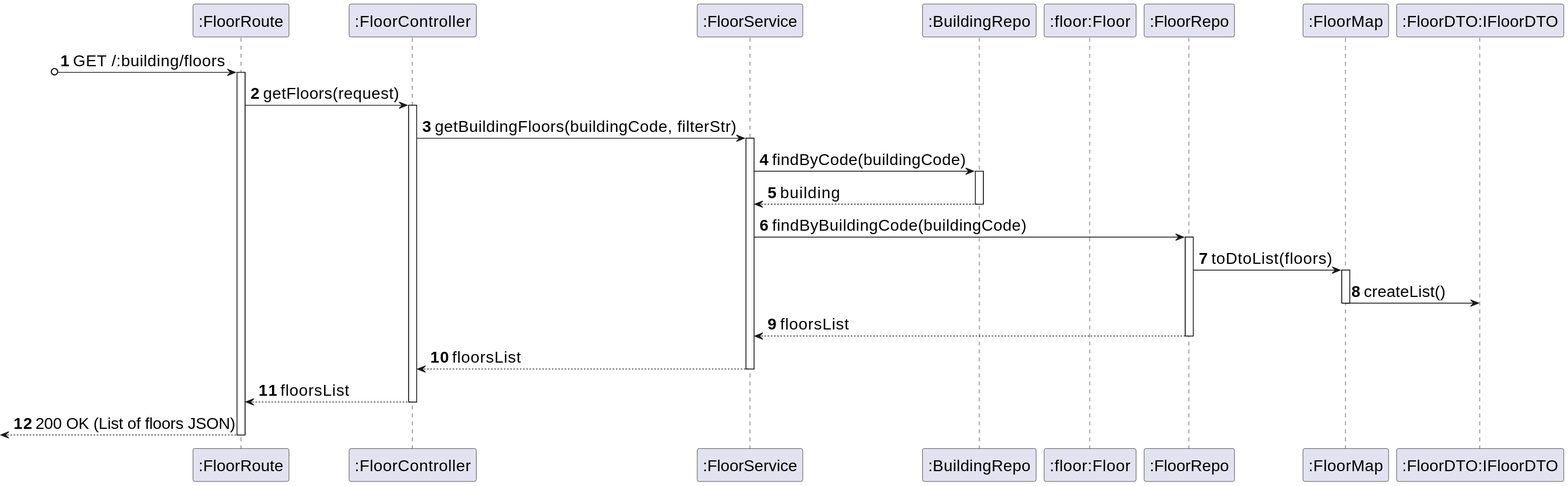
Earlier version of the PlantUML export _wiki/sprint-a/us16-300/views/level-3/assets/process-view.svg (miseEnPlace-dev/lapr5). Source of this version:
```plantuml
@startuml
skinparamlocked defaultFontSize 20
autonumber
participant ROUTE as ":FloorRoute"
participant CTRL as ":FloorController"
participant SRV as ":FloorService"
participant REPOBUILDING as ":BuildingRepo"
participant FLOOR as ":floor:Floor"
participant REPO as ":FloorRepo"
participant MAP as ":FloorMap"
participant DTO as ":FloorDTO:IFloorDTO"

?o-> ROUTE : GET /:building/floors
activate ROUTE

ROUTE -> CTRL : getFloors(request)
activate CTRL
CTRL -> SRV : getBuildingFloors(buildingCode, filterStr)
activate SRV
SRV -> REPOBUILDING : findByCode(buildingCode)
activate REPOBUILDING
REPOBUILDING --> SRV : building
deactivate REPOBUILDING
SRV -> REPO : findByBuildingCode(buildingCode)
activate REPO
REPO -> MAP : toDtoList(floors)
activate MAP
MAP -> DTO : createList()
deactivate MAP
REPO --> SRV : floorsList
deactivate REPO
SRV --> CTRL : floorsList
deactivate SRV
CTRL --> ROUTE : floorsList
deactivate CTRL
<-- ROUTE : 200 OK (List of floors JSON)
deactivate ROUTE
@enduml
```
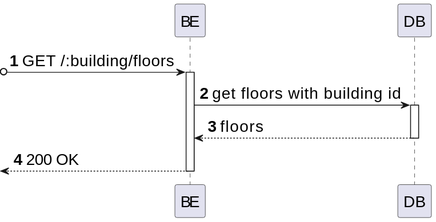
The same file after the commit.

The edit, as a diff of the source:
```diff
@@ -1,38 +1,18 @@
 @startuml
 skinparamlocked defaultFontSize 20
 autonumber
-participant ROUTE as ":FloorRoute"
-participant CTRL as ":FloorController"
-participant SRV as ":FloorService"
-participant REPOBUILDING as ":BuildingRepo"
-participant FLOOR as ":floor:Floor"
-participant REPO as ":FloorRepo"
-participant MAP as ":FloorMap"
-participant DTO as ":FloorDTO:IFloorDTO"
+participant BE as "BE"
+participant DB as "DB"
 
-?o-> ROUTE : GET /:building/floors
-activate ROUTE
+?o-> BE: GET /:building/floors
+activate BE
 
-ROUTE -> CTRL : getFloors(request)
-activate CTRL
-CTRL -> SRV : getBuildingFloors(buildingCode, filterStr)
-activate SRV
-SRV -> REPOBUILDING : findByCode(buildingCode)
-activate REPOBUILDING
-REPOBUILDING --> SRV : building
-deactivate REPOBUILDING
-SRV -> REPO : findByBuildingCode(buildingCode)
-activate REPO
-REPO -> MAP : toDtoList(floors)
-activate MAP
-MAP -> DTO : createList()
-deactivate MAP
-REPO --> SRV : floorsList
-deactivate REPO
-SRV --> CTRL : floorsList
-deactivate SRV
-CTRL --> ROUTE : floorsList
-deactivate CTRL
-<-- ROUTE : 200 OK (List of floors JSON)
-deactivate ROUTE
+BE -> DB : get floors with building id
+activate DB
+
+DB --> BE : floors
+deactivate DB
+
+<-- BE: 200 OK
+deactivate BE
 @enduml
```
